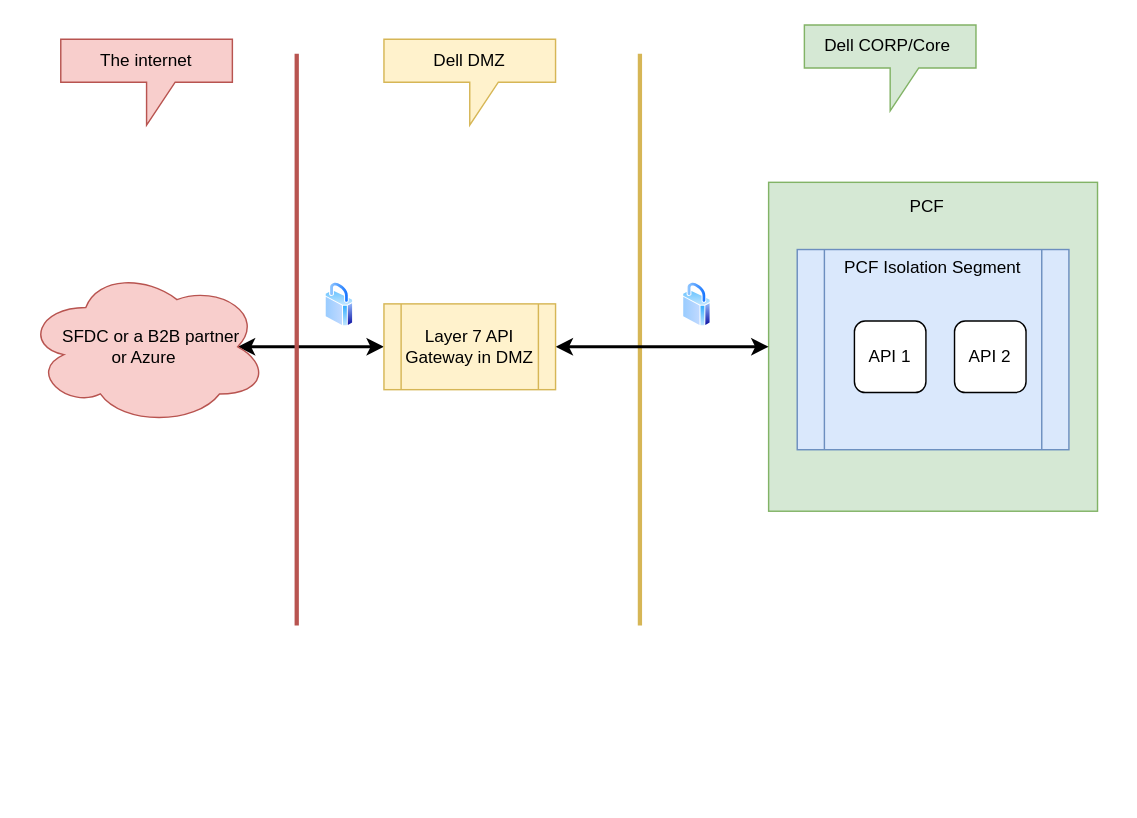
Earlier version of the draw.io diagram PCF-External-Facing-API.drawio (rama78/app-config). Source tidied: cells renumbered, new cells numbered last; positions are measured from the earlier drawing's top-left corner, leaving out a move shared by most shapes. Both pictures are drawn from the tidied source at 143%, with x=0, y=0 at pixel (24, 24).
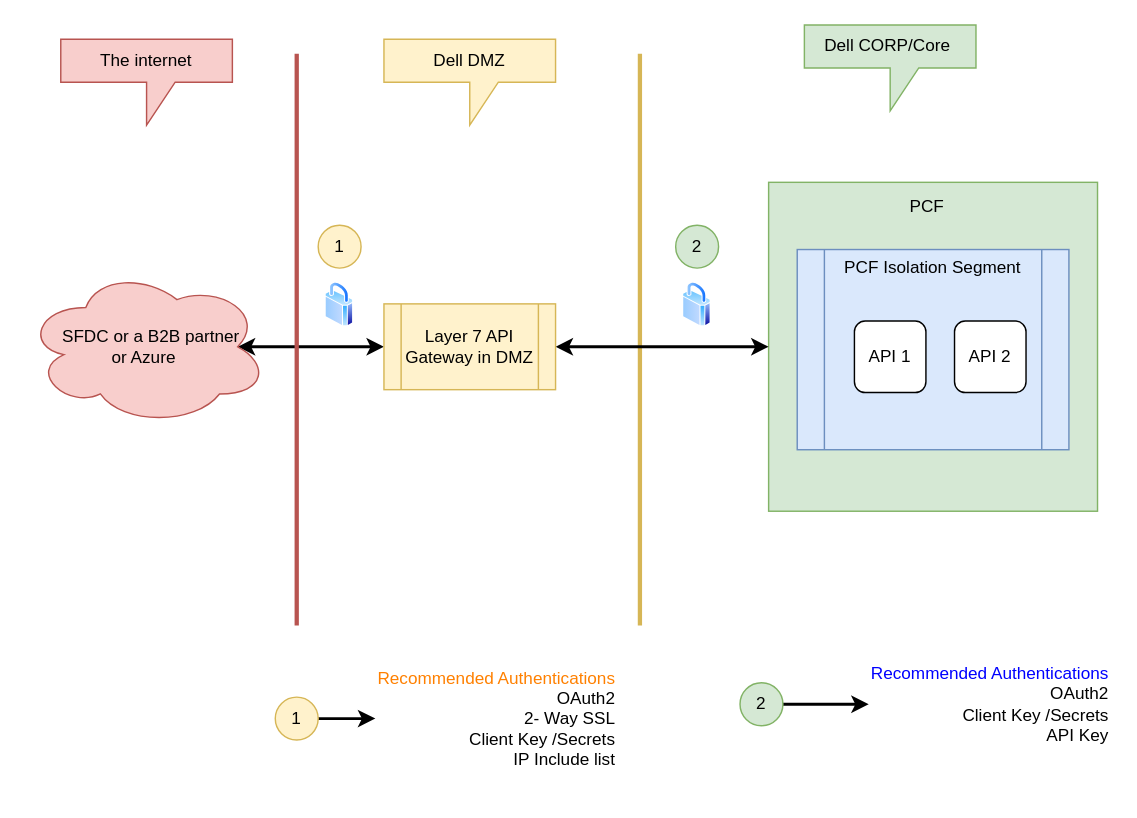
The same diagram, later.

Change to the diagram source:
```diff
@@
+    <mxCell id="19" value="2" style="ellipse;whiteSpace=wrap;html=1;fillColor=#d5e8d4;strokeColor=#82b366;" parent="1" vertex="1">
+      <mxGeometry x="455" y="140" width="30" height="30" as="geometry" />
+    </mxCell>
+    <mxCell id="20" value="1" style="ellipse;whiteSpace=wrap;html=1;fillColor=#fff2cc;strokeColor=#d6b656;" parent="1" vertex="1">
+      <mxGeometry x="205" y="140" width="30" height="30" as="geometry" />
+    </mxCell>
+    <mxCell id="21" style="edgeStyle=orthogonalEdgeStyle;rounded=0;jettySize=auto;html=1;startArrow=none;startFill=0;strokeWidth=2;" parent="1" edge="1" source="22" target="23">
+      <mxGeometry relative="1" as="geometry" />
+    </mxCell>
+    <mxCell id="22" value="1" style="ellipse;whiteSpace=wrap;html=1;fillColor=#fff2cc;strokeColor=#d6b656;" parent="1" vertex="1">
+      <mxGeometry x="175" y="470" width="30" height="30" as="geometry" />
+    </mxCell>
+    <mxCell id="23" value="&lt;h4&gt;&lt;div style=&quot;text-align: left&quot;&gt;&lt;span style=&quot;font-weight: 400&quot;&gt;&lt;font color=&quot;#ff8000&quot;&gt;Recommended Authentications&lt;/font&gt;&lt;/span&gt;&lt;/div&gt;&lt;div style=&quot;text-align: right&quot;&gt;&lt;span style=&quot;font-weight: normal&quot;&gt;OAuth2&lt;/span&gt;&lt;/div&gt;&lt;div style=&quot;text-align: right&quot;&gt;&lt;span style=&quot;font-weight: normal&quot;&gt;2- Way SSL&lt;/span&gt;&lt;/div&gt;&lt;div style=&quot;text-align: right&quot;&gt;&lt;span style=&quot;font-weight: normal&quot;&gt;Client Key /Secrets&lt;/span&gt;&lt;/div&gt;&lt;div style=&quot;text-align: right&quot;&gt;&lt;span style=&quot;font-weight: normal&quot;&gt;IP Include list&lt;/span&gt;&lt;/div&gt;&lt;/h4&gt;" style="text;html=1;strokeColor=none;fillColor=none;align=center;verticalAlign=middle;whiteSpace=wrap;rounded=0;" parent="1" vertex="1">
+      <mxGeometry x="245" y="440" width="170" height="90" as="geometry" />
+    </mxCell>
+    <mxCell id="24" style="edgeStyle=orthogonalEdgeStyle;rounded=0;jettySize=auto;html=1;startArrow=none;startFill=0;strokeWidth=2;" parent="1" edge="1" source="25" target="26">
+      <mxGeometry relative="1" as="geometry" />
+    </mxCell>
+    <mxCell id="25" value="2" style="ellipse;whiteSpace=wrap;html=1;fillColor=#d5e8d4;strokeColor=#82b366;" parent="1" vertex="1">
+      <mxGeometry x="500" y="460" width="30" height="30" as="geometry" />
+    </mxCell>
+    <mxCell id="26" value="&lt;h4&gt;&lt;div style=&quot;text-align: left&quot;&gt;&lt;span style=&quot;font-weight: 400&quot;&gt;&lt;font color=&quot;#0000ff&quot;&gt;Recommended Authentications&lt;/font&gt;&lt;/span&gt;&lt;/div&gt;&lt;div style=&quot;text-align: right&quot;&gt;&lt;span style=&quot;font-weight: normal&quot;&gt;OAuth2&lt;/span&gt;&lt;/div&gt;&lt;div style=&quot;text-align: right&quot;&gt;&lt;span style=&quot;font-weight: normal&quot;&gt;Client Key /Secrets&lt;/span&gt;&lt;br&gt;&lt;/div&gt;&lt;div style=&quot;text-align: right&quot;&gt;&lt;span style=&quot;font-weight: normal&quot;&gt;API Key&lt;/span&gt;&lt;/div&gt;&lt;/h4&gt;" style="text;html=1;strokeColor=none;fillColor=none;align=center;verticalAlign=middle;whiteSpace=wrap;rounded=0;" parent="1" vertex="1">
+      <mxGeometry x="590" y="430" width="170" height="90" as="geometry" />
+    </mxCell>
```
